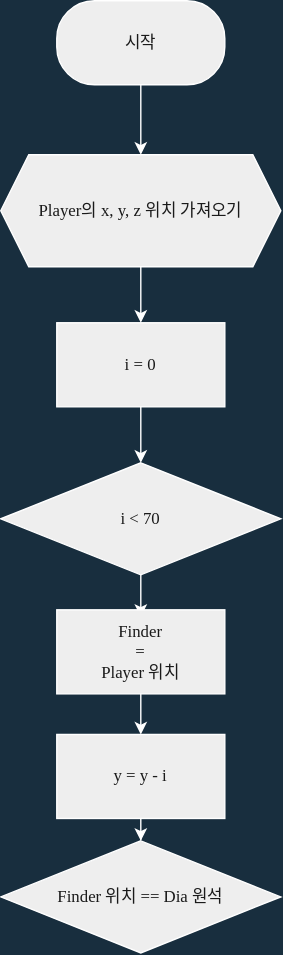
This is Algorithm/finding_dia.drawio.svg from Xe-Kinesis/Minecraft-Python, a draw.io export, as it was before one commit. Source tidied: cells renumbered, new cells last; positions are measured from the earlier drawing's top-left corner, leaving out a move shared by most shapes. Source of this version:
```xml
<mxGraphModel background="#182E3E">
  <root>
    <mxCell id="0" />
    <mxCell id="1" parent="0" />
    <mxCell id="2" style="edgeStyle=orthogonalEdgeStyle;curved=0;rounded=1;sketch=0;jettySize=auto;html=1;fontFamily=어그로체;fontSource=https%3A%2F%2Fcdn.jsdelivr.net%2Fgh%2Fprojectnoonnu%2Fnoonfonts_2108%401.1%2FSBAggroB.woff;fontColor=#FFFFFF;strokeColor=#FFFFFF;" parent="1" edge="1" source="3" target="5">
      <mxGeometry relative="1" as="geometry" />
    </mxCell>
    <mxCell id="3" value="시작" style="rounded=1;whiteSpace=wrap;html=1;sketch=0;fontColor=#1A1A1A;strokeColor=#FFFFFF;fillColor=#EEEEEE;arcSize=45;fontFamily=어그로체;fontSource=https%3A%2F%2Fcdn.jsdelivr.net%2Fgh%2Fprojectnoonnu%2Fnoonfonts_2108%401.1%2FSBAggroB.woff;" parent="1" vertex="1">
      <mxGeometry x="40" width="120" height="60" as="geometry" />
    </mxCell>
    <mxCell id="4" style="edgeStyle=orthogonalEdgeStyle;curved=0;rounded=1;sketch=0;jettySize=auto;html=1;fontFamily=어그로체;fontSource=https%3A%2F%2Fcdn.jsdelivr.net%2Fgh%2Fprojectnoonnu%2Fnoonfonts_2108%401.1%2FSBAggroB.woff;fontColor=#FFFFFF;strokeColor=#FFFFFF;" parent="1" edge="1" source="5" target="7">
      <mxGeometry relative="1" as="geometry" />
    </mxCell>
    <mxCell id="5" value="Player의 x, y, z 위치 가져오기" style="shape=hexagon;perimeter=hexagonPerimeter2;whiteSpace=wrap;html=1;fixedSize=1;rounded=0;sketch=0;fontFamily=어그로체;fontSource=https%3A%2F%2Fcdn.jsdelivr.net%2Fgh%2Fprojectnoonnu%2Fnoonfonts_2108%401.1%2FSBAggroB.woff;fontColor=#1A1A1A;strokeColor=#FFFFFF;fillColor=#EEEEEE;" parent="1" vertex="1">
      <mxGeometry y="110" width="200" height="80" as="geometry" />
    </mxCell>
    <mxCell id="6" style="edgeStyle=orthogonalEdgeStyle;curved=0;rounded=1;sketch=0;jettySize=auto;html=1;fontFamily=어그로체;fontSource=https%3A%2F%2Fcdn.jsdelivr.net%2Fgh%2Fprojectnoonnu%2Fnoonfonts_2108%401.1%2FSBAggroB.woff;fontColor=#FFFFFF;strokeColor=#FFFFFF;" parent="1" edge="1" source="7" target="9">
      <mxGeometry relative="1" as="geometry" />
    </mxCell>
    <mxCell id="7" value="i = 0" style="rounded=0;whiteSpace=wrap;html=1;sketch=0;fontFamily=어그로체;fontSource=https%3A%2F%2Fcdn.jsdelivr.net%2Fgh%2Fprojectnoonnu%2Fnoonfonts_2108%401.1%2FSBAggroB.woff;fontColor=#1A1A1A;strokeColor=#FFFFFF;fillColor=#EEEEEE;" parent="1" vertex="1">
      <mxGeometry x="40" y="230" width="120" height="60" as="geometry" />
    </mxCell>
    <mxCell id="8" style="edgeStyle=orthogonalEdgeStyle;curved=0;rounded=1;sketch=0;jettySize=auto;html=1;fontFamily=어그로체;fontSource=https%3A%2F%2Fcdn.jsdelivr.net%2Fgh%2Fprojectnoonnu%2Fnoonfonts_2108%401.1%2FSBAggroB.woff;fontColor=#FFFFFF;strokeColor=#FFFFFF;" parent="1" edge="1" source="9">
      <mxGeometry relative="1" as="geometry">
        <mxPoint x="100" y="440" as="targetPoint" />
        <Array as="points">
          <mxPoint x="100" y="430" />
          <mxPoint x="100" y="430" />
        </Array>
      </mxGeometry>
    </mxCell>
    <mxCell id="9" value="i &amp;lt; 70" style="rhombus;whiteSpace=wrap;html=1;rounded=0;fontFamily=어그로체;fontSource=https%3A%2F%2Fcdn.jsdelivr.net%2Fgh%2Fprojectnoonnu%2Fnoonfonts_2108%401.1%2FSBAggroB.woff;fontColor=#1A1A1A;strokeColor=#FFFFFF;fillColor=#EEEEEE;sketch=0;" parent="1" vertex="1">
      <mxGeometry y="330" width="200" height="80" as="geometry" />
    </mxCell>
    <mxCell id="10" style="edgeStyle=orthogonalEdgeStyle;curved=0;rounded=1;sketch=0;jettySize=auto;html=1;fontFamily=어그로체;fontSource=https%3A%2F%2Fcdn.jsdelivr.net%2Fgh%2Fprojectnoonnu%2Fnoonfonts_2108%401.1%2FSBAggroB.woff;fontColor=#FFFFFF;strokeColor=#FFFFFF;" parent="1" edge="1" source="11" target="12">
      <mxGeometry relative="1" as="geometry" />
    </mxCell>
    <mxCell id="11" value="y = y - i" style="whiteSpace=wrap;html=1;rounded=0;fontFamily=어그로체;fontSource=https%3A%2F%2Fcdn.jsdelivr.net%2Fgh%2Fprojectnoonnu%2Fnoonfonts_2108%401.1%2FSBAggroB.woff;fontColor=#1A1A1A;strokeColor=#FFFFFF;fillColor=#EEEEEE;sketch=0;" parent="1" vertex="1">
      <mxGeometry x="40" y="524" width="120" height="60" as="geometry" />
    </mxCell>
    <mxCell id="12" value="Finder 위치 == Dia 원석" style="rhombus;whiteSpace=wrap;html=1;rounded=0;fontFamily=어그로체;fontSource=https%3A%2F%2Fcdn.jsdelivr.net%2Fgh%2Fprojectnoonnu%2Fnoonfonts_2108%401.1%2FSBAggroB.woff;fontColor=#1A1A1A;strokeColor=#FFFFFF;fillColor=#EEEEEE;sketch=0;" parent="1" vertex="1">
      <mxGeometry y="600" width="200" height="80" as="geometry" />
    </mxCell>
    <mxCell id="13" style="edgeStyle=orthogonalEdgeStyle;curved=0;rounded=1;sketch=0;jettySize=auto;html=1;fontFamily=어그로체;fontSource=https%3A%2F%2Fcdn.jsdelivr.net%2Fgh%2Fprojectnoonnu%2Fnoonfonts_2108%401.1%2FSBAggroB.woff;fontColor=#FFFFFF;strokeColor=#FFFFFF;" parent="1" edge="1" source="14" target="11">
      <mxGeometry relative="1" as="geometry" />
    </mxCell>
    <mxCell id="14" value="Finder &lt;br&gt;= &lt;br&gt;Player 위치" style="whiteSpace=wrap;html=1;rounded=0;fontFamily=어그로체;fontSource=https%3A%2F%2Fcdn.jsdelivr.net%2Fgh%2Fprojectnoonnu%2Fnoonfonts_2108%401.1%2FSBAggroB.woff;fontColor=#1A1A1A;strokeColor=#FFFFFF;fillColor=#EEEEEE;sketch=0;" parent="1" vertex="1">
      <mxGeometry x="40" y="435" width="120" height="60" as="geometry" />
    </mxCell>
  </root>
</mxGraphModel>
```
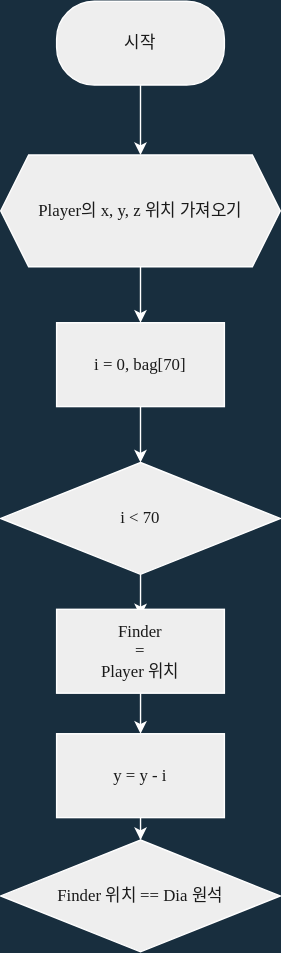
After the change.

Change to the diagram source:
```diff
@@ -17,7 +17,7 @@
     <mxCell id="6" style="edgeStyle=orthogonalEdgeStyle;curved=0;rounded=1;sketch=0;jettySize=auto;html=1;fontFamily=어그로체;fontSource=https%3A%2F%2Fcdn.jsdelivr.net%2Fgh%2Fprojectnoonnu%2Fnoonfonts_2108%401.1%2FSBAggroB.woff;fontColor=#FFFFFF;strokeColor=#FFFFFF;" parent="1" edge="1" source="7" target="9">
       <mxGeometry relative="1" as="geometry" />
     </mxCell>
-    <mxCell id="7" value="i = 0" style="rounded=0;whiteSpace=wrap;html=1;sketch=0;fontFamily=어그로체;fontSource=https%3A%2F%2Fcdn.jsdelivr.net%2Fgh%2Fprojectnoonnu%2Fnoonfonts_2108%401.1%2FSBAggroB.woff;fontColor=#1A1A1A;strokeColor=#FFFFFF;fillColor=#EEEEEE;" parent="1" vertex="1">
+    <mxCell id="7" value="i = 0, bag[70]" style="rounded=0;whiteSpace=wrap;html=1;sketch=0;fontFamily=어그로체;fontSource=https%3A%2F%2Fcdn.jsdelivr.net%2Fgh%2Fprojectnoonnu%2Fnoonfonts_2108%401.1%2FSBAggroB.woff;fontColor=#1A1A1A;strokeColor=#FFFFFF;fillColor=#EEEEEE;" parent="1" vertex="1">
       <mxGeometry x="40" y="230" width="120" height="60" as="geometry" />
     </mxCell>
     <mxCell id="8" style="edgeStyle=orthogonalEdgeStyle;curved=0;rounded=1;sketch=0;jettySize=auto;html=1;fontFamily=어그로체;fontSource=https%3A%2F%2Fcdn.jsdelivr.net%2Fgh%2Fprojectnoonnu%2Fnoonfonts_2108%401.1%2FSBAggroB.woff;fontColor=#FFFFFF;strokeColor=#FFFFFF;" parent="1" edge="1" source="9">
```
